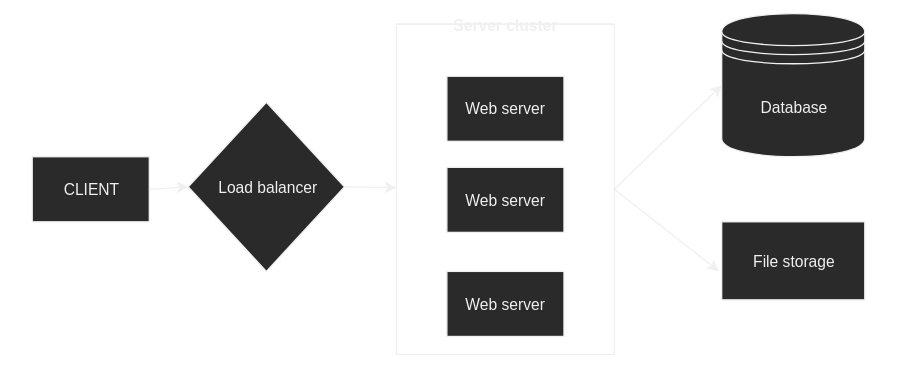
Before: blog/img/design.svg, a diagram exported from draw.io (grevyarlesp/homepage). Source tidied: cells renumbered, new cells last; positions are measured from the earlier drawing's top-left corner, leaving out a move shared by most shapes.
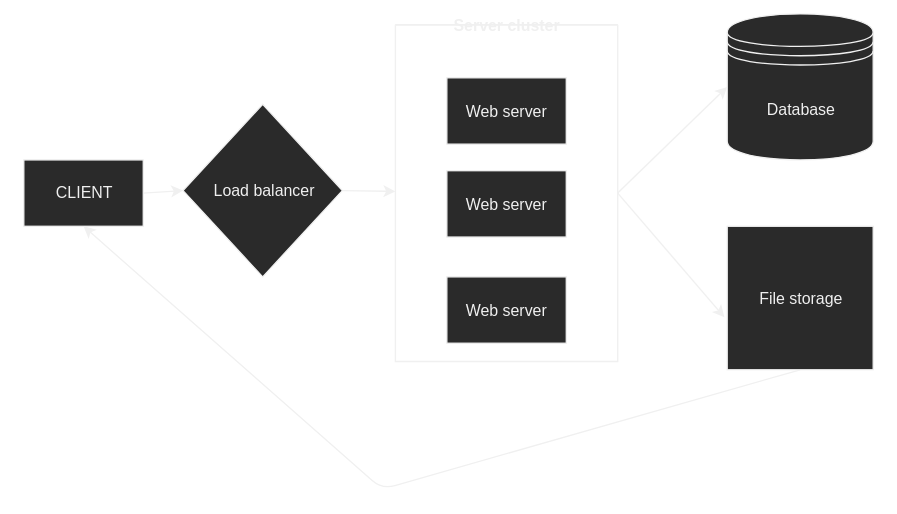
After the change.

The edit, as a diff of the source:
```diff
@@ -11,8 +11,15 @@
     <mxCell id="4" value="Database&lt;br&gt;" style="shape=datastore;whiteSpace=wrap;html=1;" parent="1" vertex="1">
       <mxGeometry x="530" y="-0.1" width="110" height="110" as="geometry" />
     </mxCell>
+    <mxCell id="15" style="edgeStyle=none;html=1;exitX=0.5;exitY=1;exitDx=0;exitDy=0;entryX=0.5;entryY=1;entryDx=0;entryDy=0;" parent="1" edge="1" source="5" target="3">
+      <mxGeometry relative="1" as="geometry">
+        <Array as="points">
+          <mxPoint x="270" y="358" />
+        </Array>
+      </mxGeometry>
+    </mxCell>
     <mxCell id="5" value="File storage" style="rounded=0;whiteSpace=wrap;html=1;" parent="1" vertex="1">
-      <mxGeometry x="530" y="159.9" width="110" height="60" as="geometry" />
+      <mxGeometry x="530" y="159.9" width="110" height="108.1" as="geometry" />
     </mxCell>
     <mxCell id="6" style="group;" parent="1" vertex="1">
       <mxGeometry x="318.8" y="48" width="90" height="200" as="geometry" />
```
